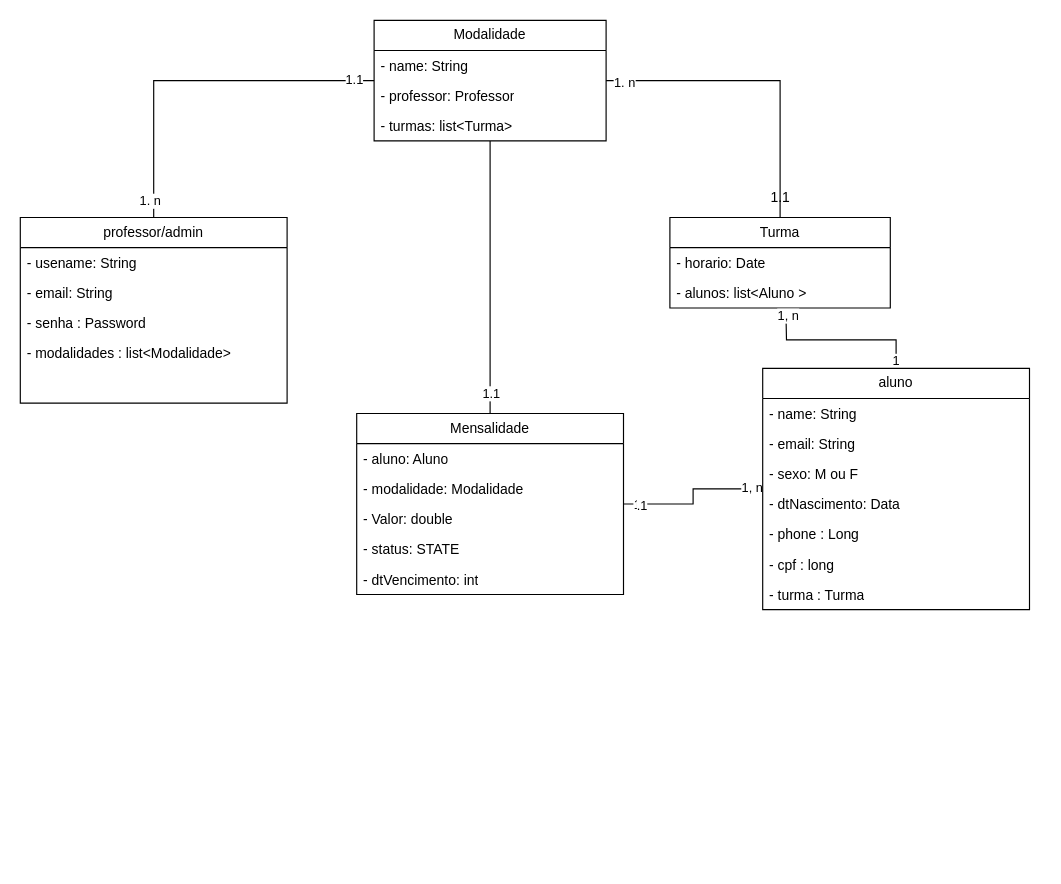
Before: page "diagrama-entidades" (2 of 3) of diagramas/CTControl.drawio in SpiderTheus/CTControl, a draw.io diagram. Source tidied: cells renumbered, new cells numbered last; positions are measured from the earlier drawing's top-left corner, leaving out a move shared by most shapes. Both pictures are drawn from the tidied source at 116%, with x=0, y=0 at pixel (20, 20).
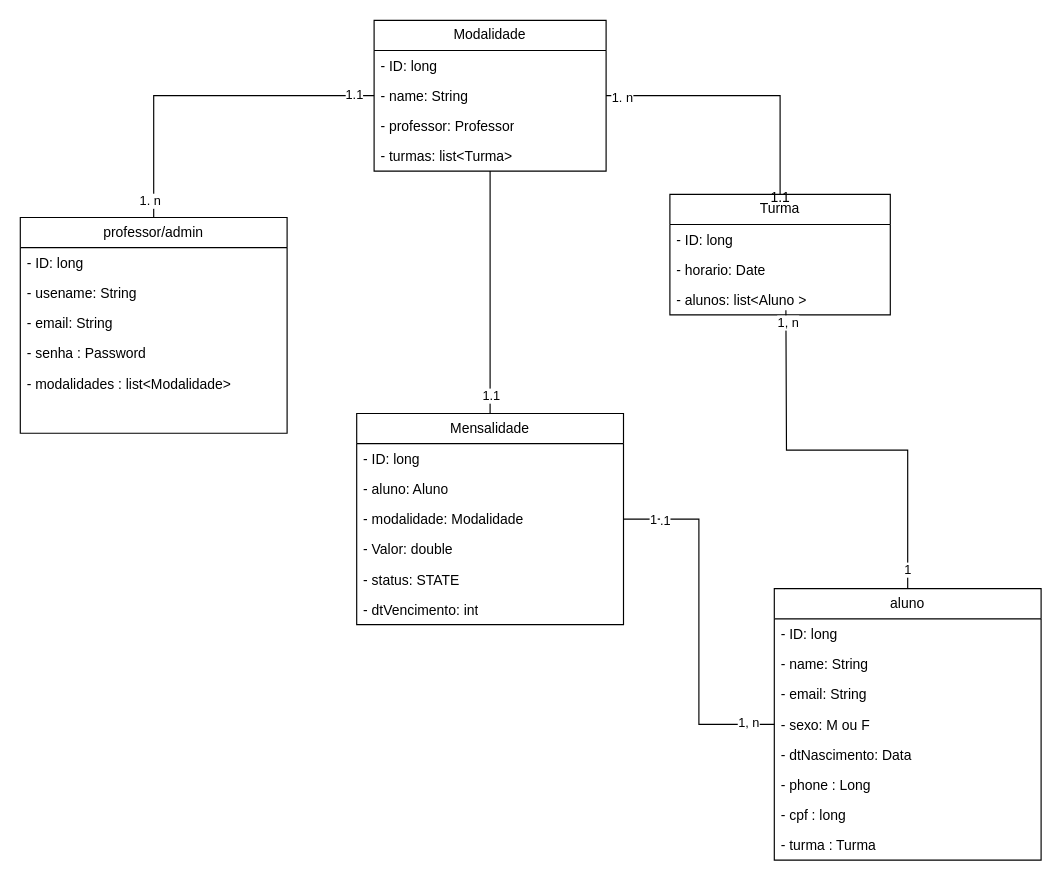
The same page after the edit.

What changed in the source:
```diff
@@
     <mxCell id="2" value="professor/admin" style="swimlane;fontStyle=0;horizontal=1;startSize=26;fillColor=none;whiteSpace=wrap;html=1;" parent="1" vertex="1">
-      <mxGeometry y="170" width="230" height="160" as="geometry" />
+      <mxGeometry y="170" width="230" height="186" as="geometry" />
     </mxCell>
+    <mxCell id="43" value="- ID: long" style="text;strokeColor=none;fillColor=none;align=left;verticalAlign=top;spacingLeft=4;spacingRight=4;overflow=hidden;whiteSpace=wrap;html=1;" parent="2" vertex="1">
+      <mxGeometry y="26" width="230" height="26" as="geometry" />
+    </mxCell>
     <mxCell id="3" value="- usename: String" style="text;strokeColor=none;fillColor=none;align=left;verticalAlign=top;spacingLeft=4;spacingRight=4;overflow=hidden;whiteSpace=wrap;html=1;" parent="2" vertex="1">
-      <mxGeometry y="26" width="230" height="26" as="geometry" />
+      <mxGeometry y="52" width="230" height="26" as="geometry" />
     </mxCell>
     <mxCell id="4" value="- email: String" style="text;strokeColor=none;fillColor=none;align=left;verticalAlign=top;spacingLeft=4;spacingRight=4;overflow=hidden;whiteSpace=wrap;html=1;" parent="2" vertex="1">
-      <mxGeometry y="52" width="230" height="26" as="geometry" />
+      <mxGeometry y="78" width="230" height="26" as="geometry" />
     </mxCell>
     <mxCell id="5" value="- senha : Password" style="text;strokeColor=none;fillColor=none;align=left;verticalAlign=top;spacingLeft=4;spacingRight=4;overflow=hidden;whiteSpace=wrap;html=1;" parent="2" vertex="1">
-      <mxGeometry y="78" width="230" height="26" as="geometry" />
+      <mxGeometry y="104" width="230" height="26" as="geometry" />
     </mxCell>
     <mxCell id="6" value="- modalidades : list&amp;lt;Modalidade&amp;gt;" style="text;strokeColor=none;fillColor=none;align=left;verticalAlign=top;spacingLeft=4;spacingRight=4;overflow=hidden;whiteSpace=wrap;html=1;" parent="2" vertex="1">
-      <mxGeometry y="104" width="230" height="56" as="geometry" />
+      <mxGeometry y="130" width="230" height="56" as="geometry" />
     </mxCell>
@@
     <mxCell id="14" value="Modalidade" style="swimlane;fontStyle=0;horizontal=1;startSize=26;fillColor=none;whiteSpace=wrap;html=1;" parent="1" vertex="1">
-      <mxGeometry x="305" width="200" height="104" as="geometry" />
+      <mxGeometry x="305" width="200" height="130" as="geometry" />
     </mxCell>
+    <mxCell id="44" value="- ID: long" style="text;strokeColor=none;fillColor=none;align=left;verticalAlign=top;spacingLeft=4;spacingRight=4;overflow=hidden;whiteSpace=wrap;html=1;" parent="14" vertex="1">
+      <mxGeometry y="26" width="200" height="26" as="geometry" />
+    </mxCell>
     <mxCell id="15" value="- name: String" style="text;strokeColor=none;fillColor=none;align=left;verticalAlign=top;spacingLeft=4;spacingRight=4;overflow=hidden;whiteSpace=wrap;html=1;" parent="14" vertex="1">
-      <mxGeometry y="26" width="200" height="26" as="geometry" />
+      <mxGeometry y="52" width="200" height="26" as="geometry" />
     </mxCell>
     <mxCell id="16" value="- professor: Professor" style="text;strokeColor=none;fillColor=none;align=left;verticalAlign=top;spacingLeft=4;spacingRight=4;overflow=hidden;whiteSpace=wrap;html=1;" parent="14" vertex="1">
-      <mxGeometry y="52" width="200" height="26" as="geometry" />
+      <mxGeometry y="78" width="200" height="26" as="geometry" />
     </mxCell>
     <mxCell id="17" value="- turmas: list&amp;lt;Turma&amp;gt;" style="text;strokeColor=none;fillColor=none;align=left;verticalAlign=top;spacingLeft=4;spacingRight=4;overflow=hidden;whiteSpace=wrap;html=1;" parent="14" vertex="1">
-      <mxGeometry y="78" width="200" height="26" as="geometry" />
+      <mxGeometry y="104" width="200" height="26" as="geometry" />
     </mxCell>
     <mxCell id="18" value="Turma" style="swimlane;fontStyle=0;horizontal=1;startSize=26;fillColor=none;whiteSpace=wrap;html=1;" parent="1" vertex="1">
-      <mxGeometry x="560" y="170" width="190" height="78" as="geometry" />
+      <mxGeometry x="560" y="150" width="190" height="104" as="geometry" />
     </mxCell>
+    <mxCell id="45" value="- ID: long" style="text;strokeColor=none;fillColor=none;align=left;verticalAlign=top;spacingLeft=4;spacingRight=4;overflow=hidden;whiteSpace=wrap;html=1;" parent="18" vertex="1">
+      <mxGeometry y="26" width="190" height="26" as="geometry" />
+    </mxCell>
     <mxCell id="19" value="- horario: Date" style="text;strokeColor=none;fillColor=none;align=left;verticalAlign=top;spacingLeft=4;spacingRight=4;overflow=hidden;whiteSpace=wrap;html=1;" parent="18" vertex="1">
-      <mxGeometry y="26" width="190" height="26" as="geometry" />
+      <mxGeometry y="52" width="190" height="26" as="geometry" />
     </mxCell>
     <mxCell id="20" value="- alunos: list&amp;lt;Aluno &amp;gt;" style="text;strokeColor=none;fillColor=none;align=left;verticalAlign=top;spacingLeft=4;spacingRight=4;overflow=hidden;whiteSpace=wrap;html=1;" parent="18" vertex="1">
-      <mxGeometry y="52" width="190" height="26" as="geometry" />
+      <mxGeometry y="78" width="190" height="26" as="geometry" />
     </mxCell>
@@
     <mxCell id="28" value="aluno" style="swimlane;fontStyle=0;horizontal=1;startSize=26;fillColor=none;whiteSpace=wrap;html=1;" parent="1" vertex="1">
-      <mxGeometry x="640" y="300" width="230" height="208" as="geometry" />
+      <mxGeometry x="650" y="490" width="230" height="234" as="geometry" />
     </mxCell>
+    <mxCell id="46" value="- ID: long" style="text;strokeColor=none;fillColor=none;align=left;verticalAlign=top;spacingLeft=4;spacingRight=4;overflow=hidden;whiteSpace=wrap;html=1;" parent="28" vertex="1">
+      <mxGeometry y="26" width="230" height="26" as="geometry" />
+    </mxCell>
     <mxCell id="29" value="- name: String" style="text;strokeColor=none;fillColor=none;align=left;verticalAlign=top;spacingLeft=4;spacingRight=4;overflow=hidden;whiteSpace=wrap;html=1;" parent="28" vertex="1">
-      <mxGeometry y="26" width="230" height="26" as="geometry" />
+      <mxGeometry y="52" width="230" height="26" as="geometry" />
     </mxCell>
     <mxCell id="30" value="- email: String" style="text;strokeColor=none;fillColor=none;align=left;verticalAlign=top;spacingLeft=4;spacingRight=4;overflow=hidden;whiteSpace=wrap;html=1;" parent="28" vertex="1">
-      <mxGeometry y="52" width="230" height="26" as="geometry" />
+      <mxGeometry y="78" width="230" height="26" as="geometry" />
     </mxCell>
     <mxCell id="31" value="- sexo: M ou F" style="text;strokeColor=none;fillColor=none;align=left;verticalAlign=top;spacingLeft=4;spacingRight=4;overflow=hidden;whiteSpace=wrap;html=1;" parent="28" vertex="1">
-      <mxGeometry y="78" width="230" height="26" as="geometry" />
+      <mxGeometry y="104" width="230" height="26" as="geometry" />
     </mxCell>
     <mxCell id="32" value="- dtNascimento: Data" style="text;strokeColor=none;fillColor=none;align=left;verticalAlign=top;spacingLeft=4;spacingRight=4;overflow=hidden;whiteSpace=wrap;html=1;" parent="28" vertex="1">
-      <mxGeometry y="104" width="230" height="26" as="geometry" />
+      <mxGeometry y="130" width="230" height="26" as="geometry" />
     </mxCell>
     <mxCell id="33" value="- phone : Long" style="text;strokeColor=none;fillColor=none;align=left;verticalAlign=top;spacingLeft=4;spacingRight=4;overflow=hidden;whiteSpace=wrap;html=1;" parent="28" vertex="1">
-      <mxGeometry y="130" width="230" height="26" as="geometry" />
+      <mxGeometry y="156" width="230" height="26" as="geometry" />
     </mxCell>
     <mxCell id="34" value="- cpf : long" style="text;strokeColor=none;fillColor=none;align=left;verticalAlign=top;spacingLeft=4;spacingRight=4;overflow=hidden;whiteSpace=wrap;html=1;" parent="28" vertex="1">
-      <mxGeometry y="156" width="230" height="26" as="geometry" />
+      <mxGeometry y="182" width="230" height="26" as="geometry" />
     </mxCell>
     <mxCell id="35" value="- turma : Turma" style="text;strokeColor=none;fillColor=none;align=left;verticalAlign=top;spacingLeft=4;spacingRight=4;overflow=hidden;whiteSpace=wrap;html=1;" parent="28" vertex="1">
-      <mxGeometry y="182" width="230" height="26" as="geometry" />
+      <mxGeometry y="208" width="230" height="26" as="geometry" />
     </mxCell>
@@
     <mxCell id="37" value="Mensalidade" style="swimlane;fontStyle=0;horizontal=1;startSize=26;fillColor=none;whiteSpace=wrap;html=1;" parent="1" vertex="1">
-      <mxGeometry x="290" y="339" width="230" height="156" as="geometry" />
+      <mxGeometry x="290" y="339" width="230" height="182" as="geometry" />
     </mxCell>
+    <mxCell id="47" value="- ID: long" style="text;strokeColor=none;fillColor=none;align=left;verticalAlign=top;spacingLeft=4;spacingRight=4;overflow=hidden;whiteSpace=wrap;html=1;" parent="37" vertex="1">
+      <mxGeometry y="26" width="230" height="26" as="geometry" />
+    </mxCell>
     <mxCell id="38" value="- aluno: Aluno" style="text;strokeColor=none;fillColor=none;align=left;verticalAlign=top;spacingLeft=4;spacingRight=4;overflow=hidden;whiteSpace=wrap;html=1;" parent="37" vertex="1">
-      <mxGeometry y="26" width="230" height="26" as="geometry" />
+      <mxGeometry y="52" width="230" height="26" as="geometry" />
     </mxCell>
     <mxCell id="39" value="- modalidade: Modalidade" style="text;strokeColor=none;fillColor=none;align=left;verticalAlign=top;spacingLeft=4;spacingRight=4;overflow=hidden;whiteSpace=wrap;html=1;" parent="37" vertex="1">
-      <mxGeometry y="52" width="230" height="26" as="geometry" />
+      <mxGeometry y="78" width="230" height="26" as="geometry" />
     </mxCell>
     <mxCell id="40" value="- Valor: double" style="text;strokeColor=none;fillColor=none;align=left;verticalAlign=top;spacingLeft=4;spacingRight=4;overflow=hidden;whiteSpace=wrap;html=1;" parent="37" vertex="1">
-      <mxGeometry y="78" width="230" height="26" as="geometry" />
+      <mxGeometry y="104" width="230" height="26" as="geometry" />
     </mxCell>
     <mxCell id="41" value="- status: STATE" style="text;strokeColor=none;fillColor=none;align=left;verticalAlign=top;spacingLeft=4;spacingRight=4;overflow=hidden;whiteSpace=wrap;html=1;" parent="37" vertex="1">
-      <mxGeometry y="104" width="230" height="26" as="geometry" />
+      <mxGeometry y="130" width="230" height="26" as="geometry" />
     </mxCell>
     <mxCell id="42" value="- dtVencimento: int" style="text;strokeColor=none;fillColor=none;align=left;verticalAlign=top;spacingLeft=4;spacingRight=4;overflow=hidden;whiteSpace=wrap;html=1;" parent="37" vertex="1">
-      <mxGeometry y="130" width="230" height="26" as="geometry" />
+      <mxGeometry y="156" width="230" height="26" as="geometry" />
     </mxCell>
```
